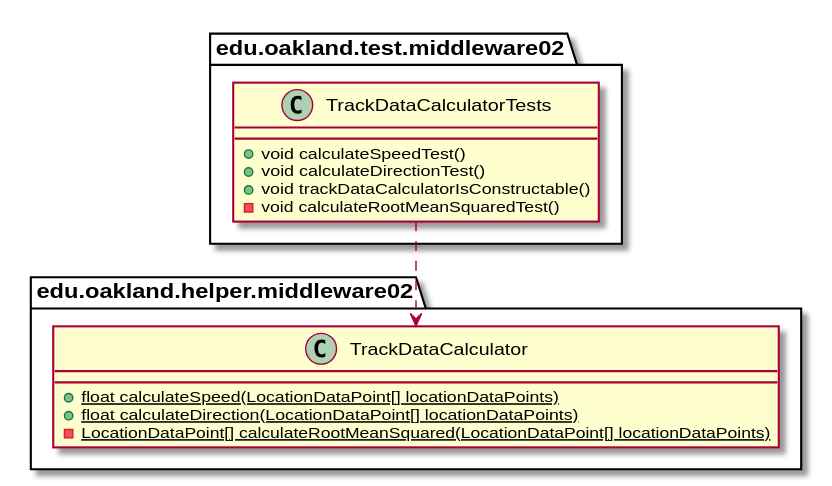
The PlantUML diagram docs/uml-class-diagrams/middleware02/test/TrackDataCalculatorTests/TrackDataCalculatorTests_Closure.svg in andrewdimmer/csi-3370-software-project, before a commit.
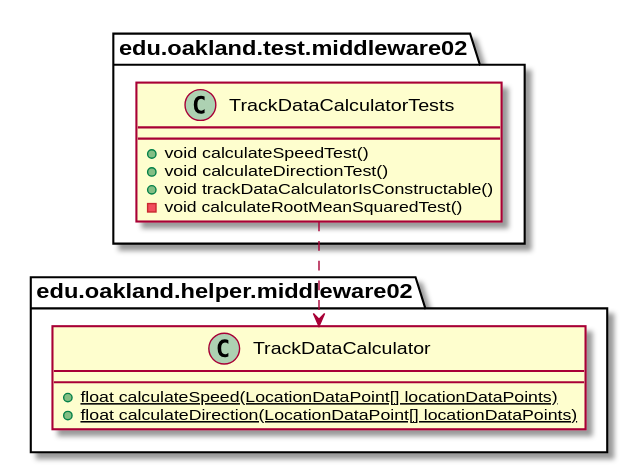
Later version of the same file.

The edit, as a diff of the source:
```diff
@@ -17,7 +17,6 @@
     class TrackDataCalculator {
         {static} + float calculateSpeed(LocationDataPoint[] locationDataPoints)
         {static} + float calculateDirection(LocationDataPoint[] locationDataPoints)
-        {static} - LocationDataPoint[] calculateRootMeanSquared(LocationDataPoint[] locationDataPoints)
     }
 }
 
```
